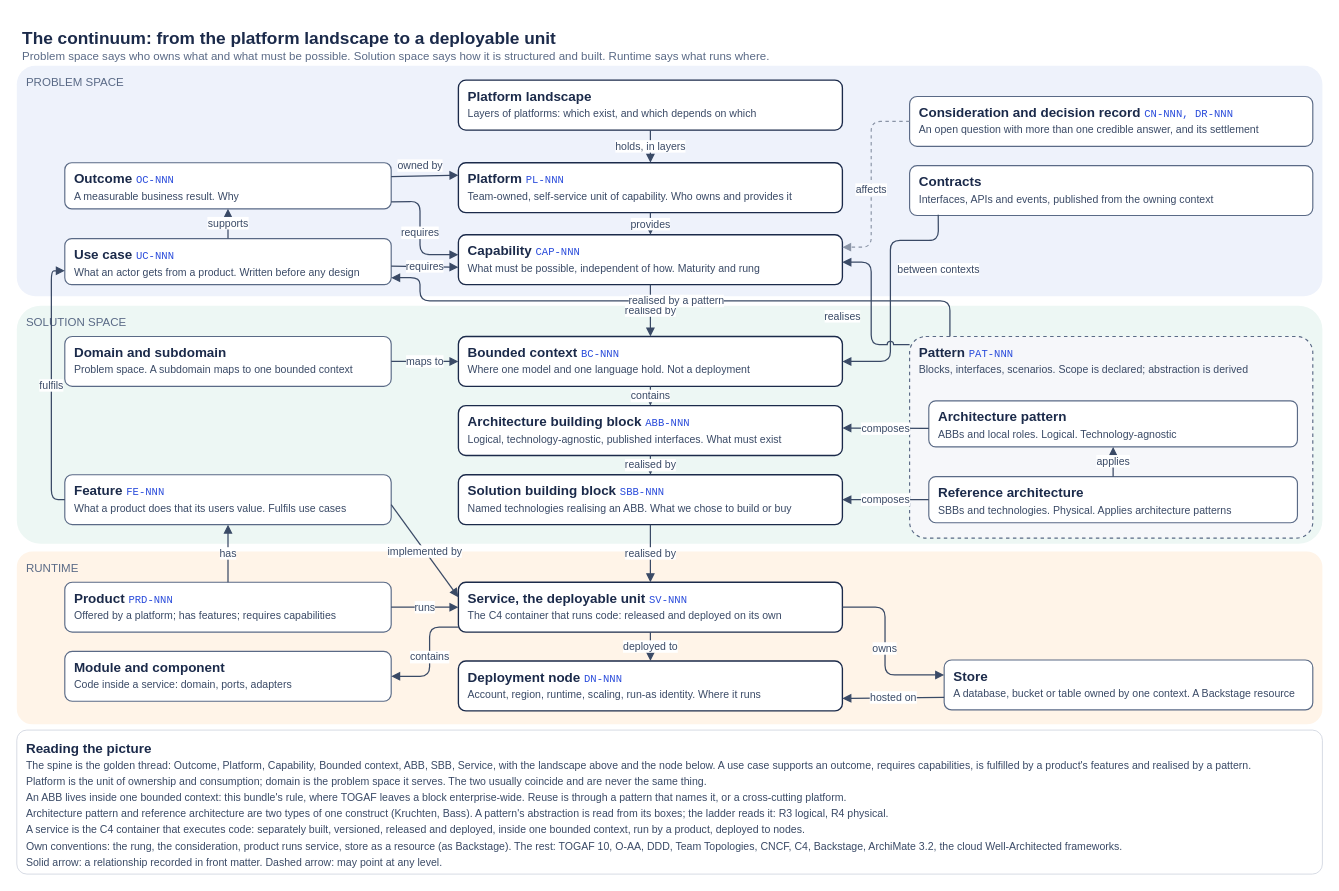
This is docs/continuum.drawio from dermot-obrien/ai-assisted-architecture, a draw.io file, before an edit. Source tidied: cells renumbered, new cells numbered last; positions are measured from the earlier drawing's top-left corner, leaving out a move shared by most shapes. Both pictures are drawn from the tidied source at 96%, with x=0, y=0 at pixel (16, 22).
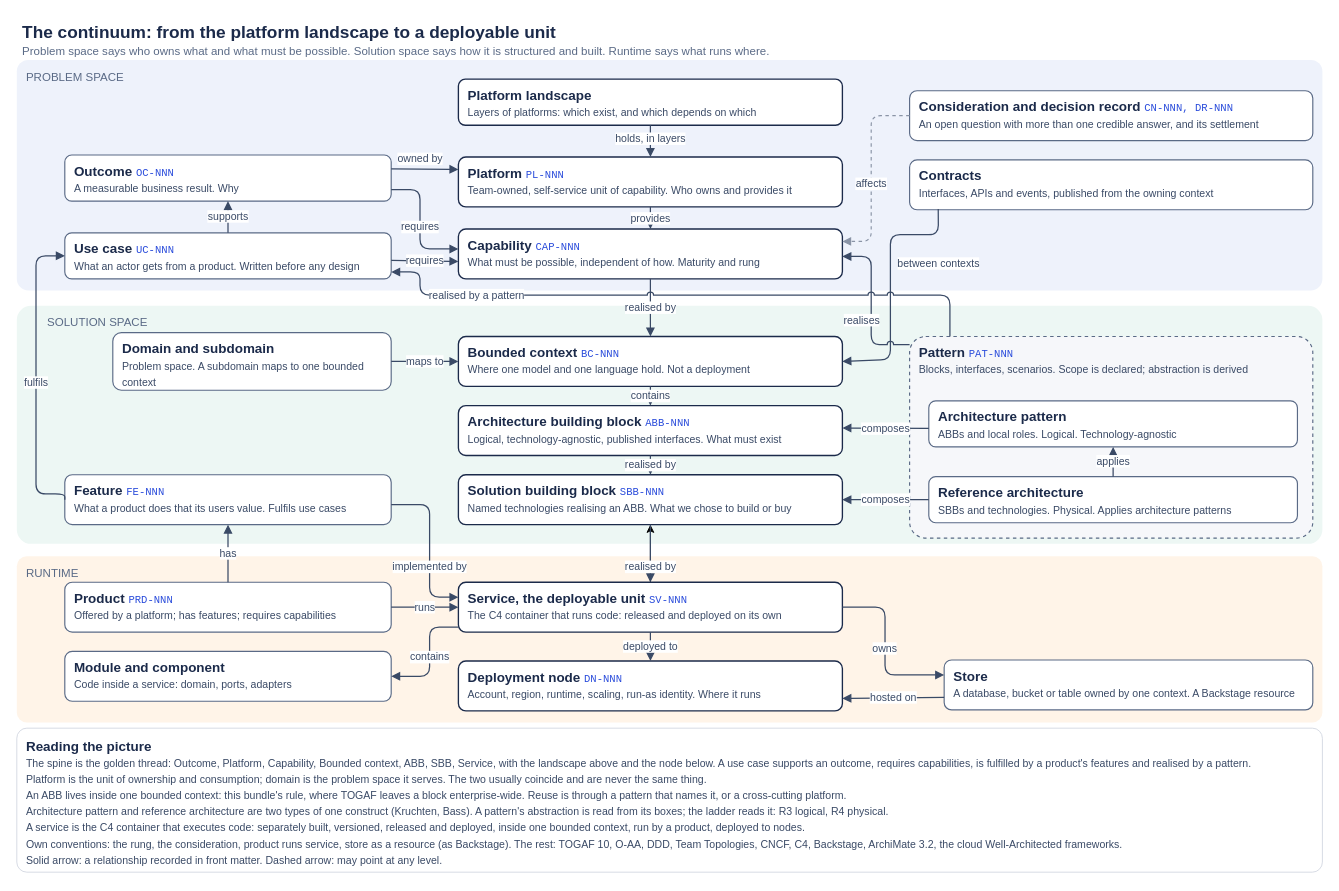
Above is the later version.

The change refers to these unchanged cells:
```xml
<mxCell id="9" value="&lt;b&gt;Bounded context&lt;/b&gt; &lt;font color=&quot;#2a4cdb&quot; face=&quot;Consolas&quot; style=&quot;font-size:11px&quot;&gt;BC-NNN&lt;/font&gt;&lt;br&gt;&lt;font style=&quot;font-size:11px&quot; color=&quot;#3a4a66&quot;&gt;Where one model and one language hold. Not a deployment&lt;/font&gt;" style="rounded=1;whiteSpace=wrap;html=1;fillColor=#FFFFFF;strokeColor=#1B2A4A;strokeWidth=1.4;fontColor=#1B2A4A;fontSize=14;align=left;verticalAlign=top;spacingLeft=8;spacingTop=2;" parent="1" vertex="1">
  <mxGeometry x="460" y="327" width="400" height="52" as="geometry" />
</mxCell>
<mxCell id="11" value="&lt;b&gt;Solution building block&lt;/b&gt; &lt;font color=&quot;#2a4cdb&quot; face=&quot;Consolas&quot; style=&quot;font-size:11px&quot;&gt;SBB-NNN&lt;/font&gt;&lt;br&gt;&lt;font style=&quot;font-size:11px&quot; color=&quot;#3a4a66&quot;&gt;Named technologies realising an ABB. What we chose to build or buy&lt;/font&gt;" style="rounded=1;whiteSpace=wrap;html=1;fillColor=#FFFFFF;strokeColor=#1B2A4A;strokeWidth=1.4;fontColor=#1B2A4A;fontSize=14;align=left;verticalAlign=top;spacingLeft=8;spacingTop=2;" parent="1" vertex="1">
  <mxGeometry x="460" y="471" width="400" height="52" as="geometry" />
</mxCell>
<mxCell id="12" value="&lt;b&gt;Service, the deployable unit&lt;/b&gt; &lt;font color=&quot;#2a4cdb&quot; face=&quot;Consolas&quot; style=&quot;font-size:11px&quot;&gt;SV-NNN&lt;/font&gt;&lt;br&gt;&lt;font style=&quot;font-size:11px&quot; color=&quot;#3a4a66&quot;&gt;The C4 container that runs code: released and deployed on its own&lt;/font&gt;" style="rounded=1;whiteSpace=wrap;html=1;fillColor=#FFFFFF;strokeColor=#1B2A4A;strokeWidth=1.4;fontColor=#1B2A4A;fontSize=14;align=left;verticalAlign=top;spacingLeft=8;spacingTop=2;" parent="1" vertex="1">
  <mxGeometry x="460" y="583" width="400" height="52" as="geometry" />
</mxCell>
<mxCell id="34" value="&lt;b&gt;Pattern&lt;/b&gt; &lt;font color=&quot;#2a4cdb&quot; face=&quot;Consolas&quot; style=&quot;font-size:11px&quot;&gt;PAT-NNN&lt;/font&gt;&lt;br&gt;&lt;font style=&quot;font-size:11px&quot; color=&quot;#3a4a66&quot;&gt;Blocks, interfaces, scenarios. Scope is declared; abstraction is derived&lt;/font&gt;" style="rounded=1;whiteSpace=wrap;html=1;fillColor=#F6F7FA;strokeColor=#5A6A86;strokeWidth=1.2;dashed=1;fontColor=#1B2A4A;fontSize=14;align=left;verticalAlign=top;spacingLeft=8;spacingTop=2;arcSize=8;" parent="1" vertex="1">
  <mxGeometry x="930" y="327" width="420" height="210" as="geometry" />
</mxCell>
<mxCell id="47" value="&lt;b&gt;Feature&lt;/b&gt; &lt;font color=&quot;#2a4cdb&quot; face=&quot;Consolas&quot; style=&quot;font-size:11px&quot;&gt;FE-NNN&lt;/font&gt;&lt;br&gt;&lt;font style=&quot;font-size:11px&quot; color=&quot;#3a4a66&quot;&gt;What a product does that its users value. Fulfils use cases&lt;/font&gt;" style="rounded=1;whiteSpace=wrap;html=1;fillColor=#FFFFFF;strokeColor=#5A6A86;strokeWidth=1.2;fontColor=#1B2A4A;fontSize=14;align=left;verticalAlign=top;spacingLeft=8;spacingTop=2;" parent="1" vertex="1">
  <mxGeometry x="50" y="471" width="340" height="52" as="geometry" />
</mxCell>
```

Change to the diagram source:
```diff
@@
     <mxCell id="2" value="&lt;b&gt;&lt;font style=&quot;font-size:18px&quot;&gt;The continuum: from the platform landscape to a deployable unit&lt;/font&gt;&lt;/b&gt;&lt;br&gt;&lt;font style=&quot;font-size:12px&quot; color=&quot;#5a6a86&quot;&gt;Problem space says who owns what and what must be possible. Solution space says how it is structured and built. Runtime says what runs where.&lt;/font&gt;" style="text;html=1;align=left;verticalAlign=top;strokeColor=none;fillColor=none;fontColor=#1B2A4A;" parent="1" vertex="1">
-      <mxGeometry x="4" width="1200" height="50" as="geometry" />
+      <mxGeometry x="4" y="-6" width="1200" height="50" as="geometry" />
     </mxCell>
-    <mxCell id="3" value="PROBLEM SPACE" style="rounded=1;whiteSpace=wrap;html=1;strokeColor=none;fontSize=12;fontColor=#5A6A86;align=left;verticalAlign=top;spacingLeft=8;spacingTop=4;fillColor=#EEF2FB;arcSize=8;" parent="1" vertex="1">
-      <mxGeometry y="45" width="1360" height="240" as="geometry" />
+    <mxCell id="3" value="PROBLEM SPACE" style="rounded=1;whiteSpace=wrap;html=1;strokeColor=none;fontSize=12;fontColor=#5A6A86;align=left;verticalAlign=top;spacingLeft=8;spacingTop=4;fillColor=#EEF2FB;arcSize=5;" parent="1" vertex="1">
+      <mxGeometry y="39" width="1360" height="240" as="geometry" />
     </mxCell>
-    <mxCell id="4" value="SOLUTION SPACE" style="rounded=1;whiteSpace=wrap;html=1;strokeColor=none;fontSize=12;fontColor=#5A6A86;align=left;verticalAlign=top;spacingLeft=8;spacingTop=4;fillColor=#EDF7F4;arcSize=10;" parent="1" vertex="1">
+    <mxCell id="4" value="SOLUTION SPACE" style="rounded=1;whiteSpace=wrap;html=1;strokeColor=none;fontSize=12;fontColor=#5A6A86;align=left;verticalAlign=top;spacingLeft=30;spacingTop=4;fillColor=#EDF7F4;arcSize=6;" parent="1" vertex="1">
       <mxGeometry y="295" width="1360" height="248" as="geometry" />
     </mxCell>
-    <mxCell id="5" value="RUNTIME" style="rounded=1;whiteSpace=wrap;html=1;strokeColor=none;fontSize=12;fontColor=#5A6A86;align=left;verticalAlign=top;spacingLeft=8;spacingTop=4;fillColor=#FFF4E8;arcSize=9;" parent="1" vertex="1">
-      <mxGeometry y="551" width="1360" height="180" as="geometry" />
+    <mxCell id="5" value="RUNTIME" style="rounded=1;whiteSpace=wrap;html=1;strokeColor=none;fontSize=12;fontColor=#5A6A86;align=left;verticalAlign=top;spacingLeft=8;spacingTop=4;fillColor=#FFF4E8;arcSize=6;" parent="1" vertex="1">
+      <mxGeometry y="556" width="1360" height="173" as="geometry" />
     </mxCell>
-    <mxCell id="6" value="&lt;b&gt;Platform landscape&lt;/b&gt;&lt;br&gt;&lt;font style=&quot;font-size:11px&quot; color=&quot;#3a4a66&quot;&gt;Layers of platforms: which exist, and which depends on which&lt;/font&gt;" style="rounded=1;whiteSpace=wrap;html=1;fillColor=#FFFFFF;strokeColor=#1B2A4A;strokeWidth=1.4;fontColor=#1B2A4A;fontSize=14;align=left;verticalAlign=top;spacingLeft=8;spacingTop=2;" parent="1" vertex="1">
-      <mxGeometry x="460" y="60" width="400" height="52" as="geometry" />
+    <mxCell id="6" value="&lt;b&gt;Platform landscape&lt;/b&gt;&lt;br&gt;&lt;font style=&quot;font-size:11px&quot; color=&quot;#3a4a66&quot;&gt;Layers of platforms: which exist, and which depends on which&lt;/font&gt;" style="rounded=1;whiteSpace=wrap;html=1;fillColor=#FFFFFF;strokeColor=#1B2A4A;strokeWidth=1.4;fontColor=#1B2A4A;fontSize=14;align=left;verticalAlign=middle;spacingLeft=8;spacingTop=2;" parent="1" vertex="1">
+      <mxGeometry x="460" y="59" width="400" height="48" as="geometry" />
     </mxCell>
     <mxCell id="7" value="&lt;b&gt;Platform&lt;/b&gt; &lt;font color=&quot;#2a4cdb&quot; face=&quot;Consolas&quot; style=&quot;font-size:11px&quot;&gt;PL-NNN&lt;/font&gt;&lt;br&gt;&lt;font style=&quot;font-size:11px&quot; color=&quot;#3a4a66&quot;&gt;Team-owned, self-service unit of capability. Who owns and provides it&lt;/font&gt;" style="rounded=1;whiteSpace=wrap;html=1;fillColor=#FFFFFF;strokeColor=#1B2A4A;strokeWidth=1.4;fontColor=#1B2A4A;fontSize=14;align=left;verticalAlign=top;spacingLeft=8;spacingTop=2;" parent="1" vertex="1">
-      <mxGeometry x="460" y="146" width="400" height="52" as="geometry" />
+      <mxGeometry x="460" y="140" width="400" height="52" as="geometry" />
     </mxCell>
     <mxCell id="8" value="&lt;b&gt;Capability&lt;/b&gt; &lt;font color=&quot;#2a4cdb&quot; face=&quot;Consolas&quot; style=&quot;font-size:11px&quot;&gt;CAP-NNN&lt;/font&gt;&lt;br&gt;&lt;font style=&quot;font-size:11px&quot; color=&quot;#3a4a66&quot;&gt;What must be possible, independent of how. Maturity and rung&lt;/font&gt;" style="rounded=1;whiteSpace=wrap;html=1;fillColor=#FFFFFF;strokeColor=#1B2A4A;strokeWidth=1.4;fontColor=#1B2A4A;fontSize=14;align=left;verticalAlign=top;spacingLeft=8;spacingTop=2;" parent="1" vertex="1">
-      <mxGeometry x="460" y="221" width="400" height="52" as="geometry" />
+      <mxGeometry x="460" y="215" width="400" height="52" as="geometry" />
     </mxCell>
@@
+    <mxCell id="53" style="edgeStyle=orthogonalEdgeStyle;rounded=0;jettySize=auto;html=1;" parent="1" edge="1" source="12" target="11">
+      <mxGeometry relative="1" as="geometry" />
+    </mxCell>
@@
-    <mxCell id="14" value="holds, in layers" style="edgeStyle=orthogonalEdgeStyle;rounded=1;html=1;strokeColor=#3A4A66;strokeWidth=1.3;fontColor=#3A4A66;fontSize=11;labelBackgroundColor=#FFFFFF;endArrow=block;endFill=1;exitX=0.5;exitY=1;entryX=0.5;entryY=0;" parent="1" edge="1" source="6" target="7">
-      <mxGeometry relative="1" as="geometry" />
+    <mxCell id="14" value="holds, in layers" style="edgeStyle=orthogonalEdgeStyle;rounded=1;html=1;strokeColor=#3A4A66;strokeWidth=1.3;fontColor=#3A4A66;fontSize=11;labelBackgroundColor=#FFFFFF;endArrow=block;endFill=1;exitX=0.5;exitY=1;entryX=0.5;entryY=0;entryDx=0;entryDy=0;exitDx=0;exitDy=0;" parent="1" edge="1" source="6" target="7">
+      <mxGeometry x="-0.15" relative="1" as="geometry" />
     </mxCell>
@@
     <mxCell id="19" value="realised by" style="edgeStyle=orthogonalEdgeStyle;rounded=1;html=1;strokeColor=#3A4A66;strokeWidth=1.3;fontColor=#3A4A66;fontSize=11;labelBackgroundColor=#FFFFFF;endArrow=block;endFill=1;exitX=0.5;exitY=1;entryX=0.5;entryY=0;" parent="1" edge="1" source="11" target="12">
-      <mxGeometry relative="1" as="geometry" />
+      <mxGeometry x="0.47" relative="1" as="geometry" />
     </mxCell>
@@
     <mxCell id="21" value="&lt;b&gt;Outcome&lt;/b&gt; &lt;font color=&quot;#2a4cdb&quot; face=&quot;Consolas&quot; style=&quot;font-size:11px&quot;&gt;OC-NNN&lt;/font&gt;&lt;br&gt;&lt;font style=&quot;font-size:11px&quot; color=&quot;#3a4a66&quot;&gt;A measurable business result. Why&lt;/font&gt;" style="rounded=1;whiteSpace=wrap;html=1;fillColor=#FFFFFF;strokeColor=#5A6A86;strokeWidth=1.2;fontColor=#1B2A4A;fontSize=14;align=left;verticalAlign=top;spacingLeft=8;spacingTop=2;" parent="1" vertex="1">
-      <mxGeometry x="50" y="146" width="340" height="48" as="geometry" />
+      <mxGeometry x="50" y="138" width="340" height="48" as="geometry" />
     </mxCell>
     <mxCell id="22" value="&lt;b&gt;Use case&lt;/b&gt; &lt;font color=&quot;#2a4cdb&quot; face=&quot;Consolas&quot; style=&quot;font-size:11px&quot;&gt;UC-NNN&lt;/font&gt;&lt;br&gt;&lt;font style=&quot;font-size:11px&quot; color=&quot;#3a4a66&quot;&gt;What an actor gets from a product. Written before any design&lt;/font&gt;" style="rounded=1;whiteSpace=wrap;html=1;fillColor=#FFFFFF;strokeColor=#5A6A86;strokeWidth=1.2;fontColor=#1B2A4A;fontSize=14;align=left;verticalAlign=top;spacingLeft=8;spacingTop=2;" parent="1" vertex="1">
-      <mxGeometry x="50" y="225" width="340" height="48" as="geometry" />
+      <mxGeometry x="50" y="219" width="340" height="48" as="geometry" />
     </mxCell>
     <mxCell id="23" value="&lt;b&gt;Domain and subdomain&lt;/b&gt;&lt;br&gt;&lt;font style=&quot;font-size:11px&quot; color=&quot;#3a4a66&quot;&gt;Problem space. A subdomain maps to one bounded context&lt;/font&gt;" style="rounded=1;whiteSpace=wrap;html=1;fillColor=#FFFFFF;strokeColor=#5A6A86;strokeWidth=1.2;fontColor=#1B2A4A;fontSize=14;align=left;verticalAlign=top;spacingLeft=8;spacingTop=2;" parent="1" vertex="1">
-      <mxGeometry x="50" y="327" width="340" height="52" as="geometry" />
+      <mxGeometry x="100" y="323" width="290" height="60" as="geometry" />
     </mxCell>
@@
-    <mxCell id="27" value="requires" style="edgeStyle=none;rounded=1;html=1;strokeColor=#3A4A66;strokeWidth=1.3;fontColor=#3A4A66;fontSize=11;labelBackgroundColor=#FFFFFF;endArrow=block;endFill=1;exitX=1;exitY=0.85;entryX=0;entryY=0.4;" parent="1" edge="1" source="21" target="8">
-      <mxGeometry relative="1" as="geometry">
+    <mxCell id="27" value="requires" style="edgeStyle=none;rounded=1;html=1;strokeColor=#3A4A66;strokeWidth=1.3;fontColor=#3A4A66;fontSize=11;labelBackgroundColor=#FFFFFF;endArrow=block;endFill=1;exitX=1;exitY=0.75;entryX=0;entryY=0.4;exitDx=0;exitDy=0;" parent="1" edge="1" source="21" target="8">
+      <mxGeometry x="0.05" relative="1" as="geometry">
         <Array as="points">
-          <mxPoint x="420" y="186.2" />
-          <mxPoint x="420" y="241.8" />
+          <mxPoint x="420" y="174" />
+          <mxPoint x="420" y="235.8" />
         </Array>
       </mxGeometry>
     </mxCell>
@@
     <mxCell id="32" value="&lt;b&gt;Consideration and decision record&lt;/b&gt; &lt;font color=&quot;#2a4cdb&quot; face=&quot;Consolas&quot; style=&quot;font-size:11px&quot;&gt;CN-NNN, DR-NNN&lt;/font&gt;&lt;br&gt;&lt;font style=&quot;font-size:11px&quot; color=&quot;#3a4a66&quot;&gt;An open question with more than one credible answer, and its settlement&lt;/font&gt;" style="rounded=1;whiteSpace=wrap;html=1;fillColor=#FFFFFF;strokeColor=#5A6A86;strokeWidth=1.2;fontColor=#1B2A4A;fontSize=14;align=left;verticalAlign=top;spacingLeft=8;spacingTop=2;" parent="1" vertex="1">
-      <mxGeometry x="930" y="77" width="420" height="52" as="geometry" />
+      <mxGeometry x="930" y="71" width="420" height="52" as="geometry" />
     </mxCell>
     <mxCell id="33" value="&lt;b&gt;Contracts&lt;/b&gt;&lt;br&gt;&lt;font style=&quot;font-size:11px&quot; color=&quot;#3a4a66&quot;&gt;Interfaces, APIs and events, published from the owning context&lt;/font&gt;" style="rounded=1;whiteSpace=wrap;html=1;fillColor=#FFFFFF;strokeColor=#5A6A86;strokeWidth=1.2;fontColor=#1B2A4A;fontSize=14;align=left;verticalAlign=top;spacingLeft=8;spacingTop=2;" parent="1" vertex="1">
-      <mxGeometry x="930" y="149" width="420" height="52" as="geometry" />
+      <mxGeometry x="930" y="143" width="420" height="52" as="geometry" />
     </mxCell>
@@
     <mxCell id="38" value="affects" style="edgeStyle=none;rounded=1;html=1;strokeColor=#8A94A6;strokeWidth=1.2;dashed=1;fontColor=#3A4A66;fontSize=11;labelBackgroundColor=#FFFFFF;endArrow=block;endFill=1;exitX=0;exitY=0.5;entryX=1;entryY=0.25;exitDx=0;exitDy=0;" parent="1" edge="1" source="32" target="8">
       <mxGeometry x="0.1" relative="1" as="geometry">
         <Array as="points">
-          <mxPoint x="890" y="103" />
-          <mxPoint x="890" y="234" />
+          <mxPoint x="890" y="97" />
+          <mxPoint x="890" y="228" />
         </Array>
       </mxGeometry>
     </mxCell>
     <mxCell id="39" value="between contexts" style="edgeStyle=none;rounded=1;html=1;strokeColor=#3A4A66;strokeWidth=1.3;fontColor=#3A4A66;fontSize=11;labelBackgroundColor=#FFFFFF;endArrow=block;endFill=1;exitX=0.071;exitY=0.983;entryX=1;entryY=0.5;entryDx=0;entryDy=0;exitDx=0;exitDy=0;exitPerimeter=0;jumpStyle=arc;" parent="1" edge="1" source="33" target="9">
       <mxGeometry x="-0.79" y="30" relative="1" as="geometry">
         <Array as="points">
-          <mxPoint x="960" y="227" />
-          <mxPoint x="910" y="227" />
-          <mxPoint x="910" y="353" />
+          <mxPoint x="960" y="221" />
+          <mxPoint x="910" y="221" />
+          <mxPoint x="910" y="351" />
         </Array>
       </mxGeometry>
     </mxCell>
     <mxCell id="40" value="realises" style="edgeStyle=none;rounded=1;html=1;strokeColor=#3A4A66;strokeWidth=1.3;fontColor=#3A4A66;fontSize=11;labelBackgroundColor=#FFFFFF;endArrow=block;endFill=1;exitX=0;exitY=0.04;entryX=1;entryY=0.55;jumpStyle=arc;" parent="1" edge="1" source="34" target="8">
-      <mxGeometry x="-0.12" y="30" relative="1" as="geometry">
+      <mxGeometry x="-0.2" y="10" relative="1" as="geometry">
         <Array as="points">
           <mxPoint x="890" y="335.4" />
-          <mxPoint x="890" y="249.6" />
+          <mxPoint x="890" y="243.6" />
         </Array>
       </mxGeometry>
     </mxCell>
@@
     <mxCell id="46" value="&lt;b&gt;Reading the picture&lt;/b&gt;&lt;br&gt;&lt;font style=&quot;font-size:11px&quot; color=&quot;#3a4a66&quot;&gt;The spine is the golden thread: Outcome, Platform, Capability, Bounded context, ABB, SBB, Service, with the landscape above and the node below. A use case supports an outcome, requires capabilities, is fulfilled by a product's features and realised by a pattern.&lt;br&gt;Platform is the unit of ownership and consumption; domain is the problem space it serves. The two usually coincide and are never the same thing.&lt;br&gt;An ABB lives inside one bounded context: this bundle's rule, where TOGAF leaves a block enterprise-wide. Reuse is through a pattern that names it, or a cross-cutting platform.&lt;br&gt;Architecture pattern and reference architecture are two types of one construct (Kruchten, Bass). A pattern's abstraction is read from its boxes; the ladder reads it: R3 logical, R4 physical.&lt;br&gt;A service is the C4 container that executes code: separately built, versioned, released and deployed, inside one bounded context, run by a product, deployed to nodes.&lt;br&gt;Own conventions: the rung, the consideration, product runs service, store as a resource (as Backstage). The rest: TOGAF 10, O-AA, DDD, Team Topologies, CNCF, C4, Backstage, ArchiMate 3.2, the cloud Well-Architected frameworks.&lt;br&gt;Solid arrow: a relationship recorded in front matter. Dashed arrow: may point at any level.&lt;/font&gt;" style="rounded=1;whiteSpace=wrap;html=1;fillColor=#FFFFFF;strokeColor=#D6DAE3;fontColor=#1B2A4A;fontSize=14;align=left;verticalAlign=top;spacingLeft=8;spacingTop=4;arcSize=7;" parent="1" vertex="1">
-      <mxGeometry y="737" width="1360" height="150" as="geometry" />
+      <mxGeometry y="735" width="1360" height="150" as="geometry" />
     </mxCell>
@@
-    <mxCell id="49" value="realised by a pattern" style="edgeStyle=orthogonalEdgeStyle;rounded=1;html=1;strokeColor=#3A4A66;strokeWidth=1.3;fontColor=#3A4A66;fontSize=11;labelBackgroundColor=#FFFFFF;endArrow=block;endFill=1;exitX=0.1;exitY=0;entryX=1;entryY=0.85;" parent="1" edge="1" source="34" target="22">
-      <mxGeometry relative="1" as="geometry">
+    <mxCell id="49" value="realised by a pattern" style="edgeStyle=orthogonalEdgeStyle;rounded=1;html=1;strokeColor=#3A4A66;strokeWidth=1.3;fontColor=#3A4A66;fontSize=11;labelBackgroundColor=#FFFFFF;endArrow=block;endFill=1;exitX=0.1;exitY=0;entryX=1;entryY=0.85;jumpStyle=arc;" parent="1" edge="1" source="34" target="22">
+      <mxGeometry x="0.65" relative="1" as="geometry">
         <Array as="points">
-          <mxPoint x="972" y="290" />
-          <mxPoint x="420" y="290" />
-          <mxPoint x="420" y="266" />
+          <mxPoint x="972" y="284" />
+          <mxPoint x="420" y="284" />
+          <mxPoint x="420" y="260" />
         </Array>
       </mxGeometry>
     </mxCell>
@@
-    <mxCell id="51" value="fulfils" style="edgeStyle=orthogonalEdgeStyle;rounded=1;html=1;strokeColor=#3A4A66;strokeWidth=1.3;fontColor=#3A4A66;fontSize=11;labelBackgroundColor=#FFFFFF;endArrow=block;endFill=1;exitX=0;exitY=0.5;entryX=0;entryY=0.7;" parent="1" edge="1" source="47" target="22">
-      <mxGeometry relative="1" as="geometry">
+    <mxCell id="51" value="fulfils" style="edgeStyle=orthogonalEdgeStyle;rounded=1;html=1;strokeColor=#3A4A66;strokeWidth=1.3;fontColor=#3A4A66;fontSize=11;labelBackgroundColor=#FFFFFF;endArrow=block;endFill=1;exitX=0;exitY=0.5;entryX=0;entryY=0.5;entryDx=0;entryDy=0;" parent="1" edge="1" source="47" target="22">
+      <mxGeometry x="-0.03" relative="1" as="geometry">
         <Array as="points">
-          <mxPoint x="36" y="497" />
-          <mxPoint x="36" y="259" />
+          <mxPoint x="20" y="491" />
+          <mxPoint x="20" y="243" />
         </Array>
       </mxGeometry>
     </mxCell>
     <mxCell id="52" value="implemented by" style="edgeStyle=none;rounded=1;html=1;strokeColor=#3A4A66;strokeWidth=1.3;fontColor=#3A4A66;fontSize=11;labelBackgroundColor=#FFFFFF;endArrow=block;endFill=1;exitX=1;exitY=0.6;entryX=0;entryY=0.3;" parent="1" edge="1" source="47" target="12">
-      <mxGeometry relative="1" as="geometry" />
+      <mxGeometry x="0.26" relative="1" as="geometry">
+        <Array as="points">
+          <mxPoint x="430" y="502.2" />
+          <mxPoint x="430" y="598.6" />
+        </Array>
+      </mxGeometry>
     </mxCell>
```
